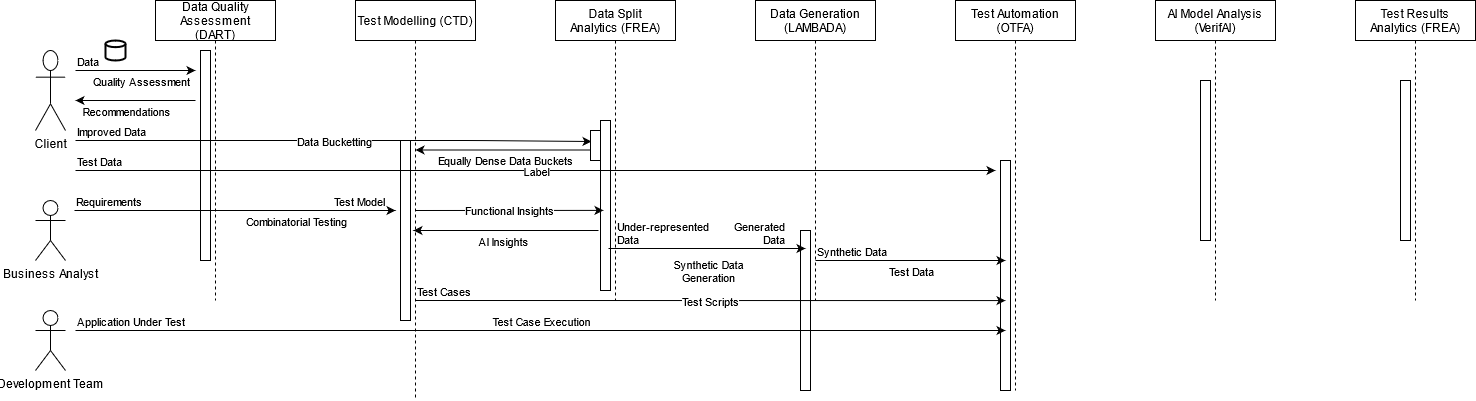
Earlier version of the draw.io export FACT Process Flow.png (ilanjaya/TestCOE). Source tidied: cells renumbered, new cells last; positions are measured from the earlier drawing's top-left corner, leaving out a move shared by most shapes.
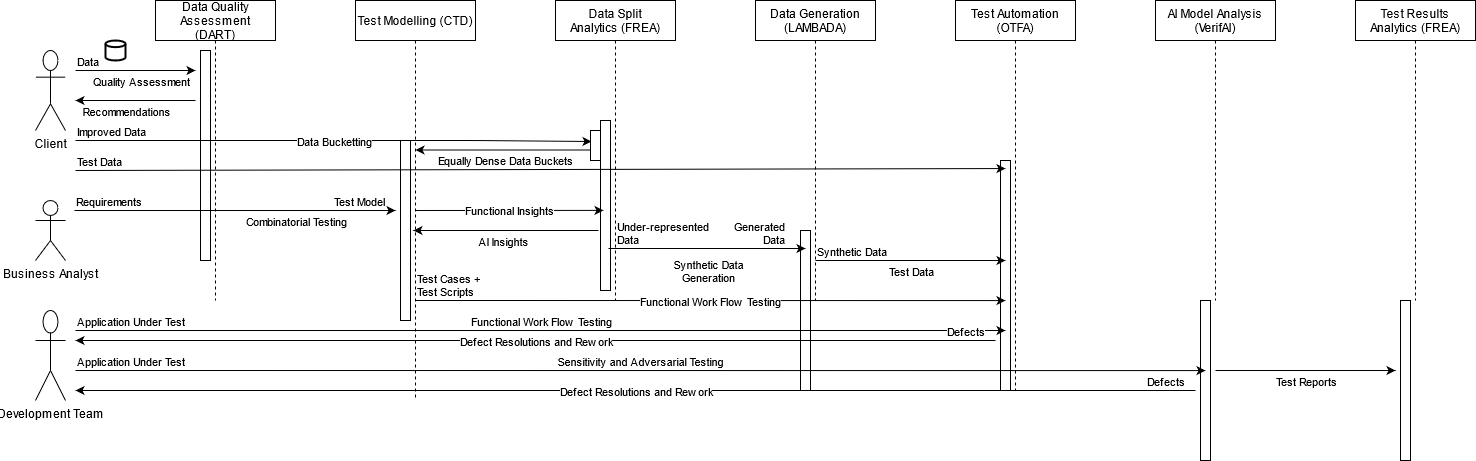
Above is the later version.

Change to the diagram source:
```diff
@@ -36,7 +36,7 @@
       <mxGeometry x="1120" width="120" height="300" as="geometry" />
     </mxCell>
     <mxCell id="13" style="points=[];perimeter=orthogonalPerimeter;rounded=0;shadow=0;strokeWidth=1;" parent="12" vertex="1">
-      <mxGeometry x="45" y="80" width="10" height="160" as="geometry" />
+      <mxGeometry x="45" y="300" width="10" height="160" as="geometry" />
     </mxCell>
     <mxCell id="14" style="strokeWidth=2;html=1;shape=mxgraph.flowchart.database;whiteSpace=wrap;" parent="1" vertex="1">
       <mxGeometry x="70" y="40" width="20" height="20" as="geometry" />
@@ -115,7 +115,7 @@
       <mxGeometry x="1320" width="120" height="300" as="geometry" />
     </mxCell>
     <mxCell id="30" style="perimeter=orthogonalPerimeter;rounded=0;shadow=0;strokeWidth=1;" parent="29" vertex="1">
-      <mxGeometry x="45" y="80" width="10" height="160" as="geometry" />
+      <mxGeometry x="45" y="300" width="10" height="160" as="geometry" />
     </mxCell>
     <mxCell id="31" style="endArrow=classic;html=1;entryX=0.1;entryY=0.367;entryDx=0;entryDy=0;entryPerimeter=0;" parent="1" edge="1" target="45">
       <mxGeometry relative="1" as="geometry">
@@ -167,7 +167,7 @@
       </mxGeometry>
     </mxCell>
     <mxCell id="41" value="Development Team" style="shape=umlActor;verticalLabelPosition=bottom;verticalAlign=top;html=1;" parent="1" vertex="1">
-      <mxGeometry y="310" width="30" height="60" as="geometry" />
+      <mxGeometry y="310" width="30" height="90" as="geometry" />
     </mxCell>
     <mxCell id="42" style="endArrow=classic;html=1;" parent="1" edge="1">
       <mxGeometry relative="1" as="geometry">
@@ -186,15 +186,11 @@
     <mxCell id="45" style="points=[];perimeter=orthogonalPerimeter;rounded=0;shadow=0;strokeWidth=1;" parent="1" vertex="1">
       <mxGeometry x="555" y="130" width="10" height="30" as="geometry" />
     </mxCell>
-    <mxCell id="46" style="endArrow=classic;html=1;" parent="1" edge="1">
+    <mxCell id="46" style="endArrow=classic;html=1;entryX=0.5;entryY=0.035;entryDx=0;entryDy=0;entryPerimeter=0;" parent="1" edge="1" target="11">
       <mxGeometry relative="1" as="geometry">
         <mxPoint x="40" y="170" as="sourcePoint" />
-        <mxPoint x="960" y="170" as="targetPoint" />
       </mxGeometry>
     </mxCell>
-    <mxCell id="47" value="Label" style="edgeLabel;html=1;align=center;verticalAlign=middle;" parent="46" vertex="1">
-      <mxGeometry relative="1" as="geometry" />
-    </mxCell>
     <mxCell id="48" value="Test Data" style="edgeLabel;html=1;align=left;verticalAlign=bottom;" parent="46" vertex="1">
       <mxGeometry x="-1" relative="1" as="geometry" />
     </mxCell>
@@ -204,7 +200,7 @@
         <mxPoint x="970" y="330" as="targetPoint" />
       </mxGeometry>
     </mxCell>
-    <mxCell id="50" value="Test Case Execution" style="edgeLabel;html=1;align=center;verticalAlign=middle;" parent="49" vertex="1">
+    <mxCell id="50" value="Functional Work Flow Testing" style="edgeLabel;html=1;align=center;verticalAlign=middle;" parent="49" vertex="1">
       <mxGeometry relative="1" as="geometry">
         <mxPoint y="-10" as="offset" />
       </mxGeometry>
@@ -217,11 +213,63 @@
         <mxPoint x="380" y="300" as="sourcePoint" />
       </mxGeometry>
     </mxCell>
-    <mxCell id="53" value="Test Scripts" style="edgeLabel;html=1;align=center;verticalAlign=middle;" parent="52" vertex="1">
+    <mxCell id="53" value="Functional Work Flow Testing" style="edgeLabel;html=1;align=center;verticalAlign=middle;" parent="52" vertex="1">
       <mxGeometry relative="1" as="geometry" />
     </mxCell>
-    <mxCell id="54" value="Test Cases" style="edgeLabel;html=1;align=left;verticalAlign=bottom;" parent="52" vertex="1">
+    <mxCell id="54" value="&lt;div&gt;Test Cases +&lt;/div&gt;&lt;div&gt;Test Scripts&lt;br&gt;&lt;/div&gt;" style="edgeLabel;html=1;align=left;verticalAlign=bottom;" parent="52" vertex="1">
       <mxGeometry x="-1" relative="1" as="geometry" />
     </mxCell>
+    <mxCell id="55" style="endArrow=classic;html=1;entryX=0.5;entryY=0.438;entryDx=0;entryDy=0;entryPerimeter=0;" parent="1" edge="1" target="13">
+      <mxGeometry relative="1" as="geometry">
+        <mxPoint x="40" y="370" as="sourcePoint" />
+      </mxGeometry>
+    </mxCell>
+    <mxCell id="56" value="Sensitivity and Adversarial Testing" style="edgeLabel;html=1;align=center;verticalAlign=middle;" parent="55" vertex="1">
+      <mxGeometry relative="1" as="geometry">
+        <mxPoint y="-10" as="offset" />
+      </mxGeometry>
+    </mxCell>
+    <mxCell id="57" value="Application Under Test" style="edgeLabel;html=1;align=left;verticalAlign=bottom;" parent="55" vertex="1">
+      <mxGeometry x="-1" relative="1" as="geometry" />
+    </mxCell>
+    <mxCell id="58" style="endArrow=classic;html=1;" parent="1" edge="1">
+      <mxGeometry relative="1" as="geometry">
+        <mxPoint x="1180" y="370" as="sourcePoint" />
+        <mxPoint x="1360" y="370" as="targetPoint" />
+      </mxGeometry>
+    </mxCell>
+    <mxCell id="59" value="Test Reports" style="edgeLabel;html=1;align=center;verticalAlign=middle;" parent="58" vertex="1">
+      <mxGeometry relative="1" as="geometry">
+        <mxPoint y="10" as="offset" />
+      </mxGeometry>
+    </mxCell>
+    <mxCell id="60" style="endArrow=classic;html=1;" parent="1" edge="1">
+      <mxGeometry relative="1" as="geometry">
+        <mxPoint x="960" y="340" as="sourcePoint" />
+        <mxPoint x="40" y="340" as="targetPoint" />
+      </mxGeometry>
+    </mxCell>
+    <mxCell id="61" value="Defect Resolutions and Rework" style="edgeLabel;html=1;align=center;verticalAlign=middle;" parent="60" vertex="1">
+      <mxGeometry relative="1" as="geometry" />
+    </mxCell>
+    <mxCell id="62" value="Defects" style="edgeLabel;html=1;align=left;verticalAlign=bottom;" parent="60" vertex="1">
+      <mxGeometry x="-1" relative="1" as="geometry">
+        <mxPoint x="-50" as="offset" />
+      </mxGeometry>
+    </mxCell>
+    <mxCell id="63" style="endArrow=classic;html=1;" parent="1" edge="1">
+      <mxGeometry relative="1" as="geometry">
+        <mxPoint x="1160" y="390" as="sourcePoint" />
+        <mxPoint x="40" y="390" as="targetPoint" />
+      </mxGeometry>
+    </mxCell>
+    <mxCell id="64" value="Defect Resolutions and Rework" style="edgeLabel;html=1;align=center;verticalAlign=middle;" parent="63" vertex="1">
+      <mxGeometry relative="1" as="geometry" />
+    </mxCell>
+    <mxCell id="65" value="Defects" style="edgeLabel;html=1;align=left;verticalAlign=bottom;" parent="63" vertex="1">
+      <mxGeometry x="-1" relative="1" as="geometry">
+        <mxPoint x="-50" as="offset" />
+      </mxGeometry>
+    </mxCell>
   </root>
 </mxGraphModel>
```
